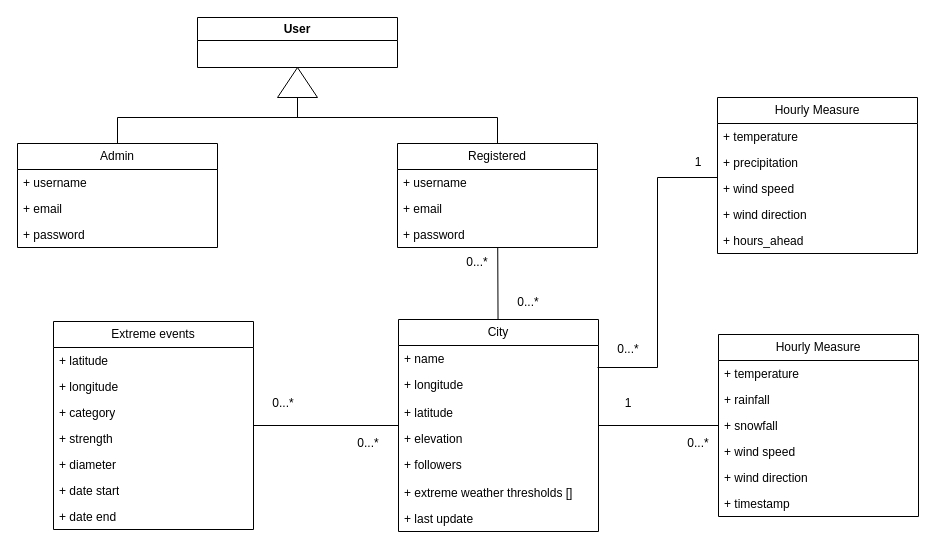
This is uml.drawio from AlessioSmn/Italy-Weather-Prediction-App, a draw.io file, before an edit. Source tidied: cells renumbered, new cells numbered last; positions are measured from the earlier drawing's top-left corner, leaving out a move shared by most shapes. Both pictures are drawn from the tidied source at 100%, with x=0, y=0 at pixel (17, 17).
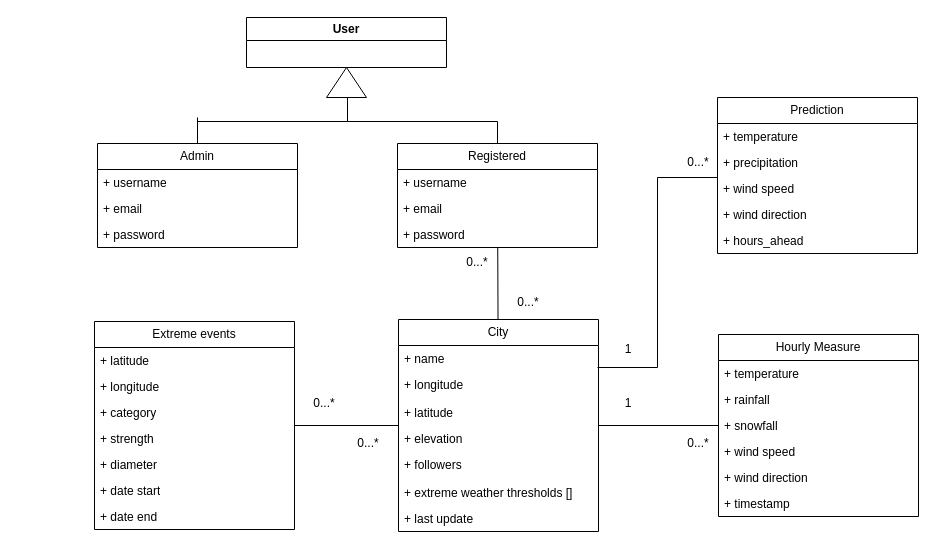
After the change.

Unchanged cells that the change refers to:
```xml
<mxCell id="40" value="Registered" style="swimlane;fontStyle=0;horizontal=1;startSize=26;fillColor=none;whiteSpace=wrap;html=1;" parent="1" vertex="1">
  <mxGeometry x="380" y="126" width="200" height="104" as="geometry" />
</mxCell>
```

The edit, as a diff of the source:
```diff
@@
     <mxCell id="2" value="User" style="swimlane;whiteSpace=wrap;html=1;startSize=23;" parent="1" vertex="1">
-      <mxGeometry x="180" width="200" height="50" as="geometry" />
+      <mxGeometry x="229" width="200" height="50" as="geometry" />
     </mxCell>
-    <mxCell id="3" style="edgeStyle=orthogonalEdgeStyle;rounded=0;jettySize=auto;html=1;entryX=1;entryY=0.5;entryDx=0;entryDy=0;exitX=0.5;exitY=0;exitDx=0;exitDy=0;" parent="1" edge="1" source="40" target="4">
+    <mxCell id="3" style="edgeStyle=orthogonalEdgeStyle;rounded=0;jettySize=auto;html=1;exitX=0.5;exitY=0;exitDx=0;exitDy=0;entryX=0;entryY=0.5;entryDx=0;entryDy=0;" parent="1" edge="1" source="40" target="4">
       <mxGeometry relative="1" as="geometry">
         <Array as="points">
-          <mxPoint x="480" y="100" />
-          <mxPoint x="280" y="100" />
+          <mxPoint x="480" y="104" />
+          <mxPoint x="330" y="104" />
+          <mxPoint x="330" y="60" />
+          <mxPoint x="329" y="60" />
         </Array>
       </mxGeometry>
     </mxCell>
     <mxCell id="4" style="triangle;whiteSpace=wrap;html=1;direction=north;" parent="1" vertex="1">
-      <mxGeometry x="260" y="50" width="40" height="30" as="geometry" />
+      <mxGeometry x="309" y="50" width="40" height="30" as="geometry" />
     </mxCell>
@@
     <mxCell id="7" value="Extreme events" style="swimlane;fontStyle=0;horizontal=1;startSize=26;fillColor=none;whiteSpace=wrap;html=1;" parent="1" vertex="1">
-      <mxGeometry x="36" y="304" width="200" height="208" as="geometry" />
+      <mxGeometry x="77" y="304" width="200" height="208" as="geometry" />
     </mxCell>
@@
     <mxCell id="16" value="0...*" style="text;html=1;align=center;verticalAlign=middle;whiteSpace=wrap;rounded=0;" parent="1" vertex="1">
-      <mxGeometry x="236" y="371" width="60" height="30" as="geometry" />
+      <mxGeometry x="277" y="371" width="60" height="30" as="geometry" />
     </mxCell>
@@
     <mxCell id="36" value="Admin" style="swimlane;fontStyle=0;horizontal=1;startSize=26;fillColor=none;whiteSpace=wrap;html=1;" parent="1" vertex="1">
-      <mxGeometry y="126" width="200" height="104" as="geometry" />
+      <mxGeometry x="80" y="126" width="200" height="104" as="geometry" />
     </mxCell>
@@
-    <mxCell id="45" style="endArrow=none;html=1;rounded=0;exitX=0.5;exitY=0;exitDx=0;exitDy=0;" parent="1" edge="1" source="36">
+    <mxCell id="45" style="endArrow=none;html=1;rounded=0;exitX=0.5;exitY=0;exitDx=0;exitDy=0;" parent="1" edge="1">
       <mxGeometry relative="1" as="geometry">
-        <mxPoint x="100" y="100" as="targetPoint" />
+        <mxPoint x="180" y="126" as="sourcePoint" />
+        <mxPoint x="180" y="100" as="targetPoint" />
       </mxGeometry>
     </mxCell>
     <mxCell id="46" style="endArrow=none;html=1;rounded=0;" parent="1" edge="1">
       <mxGeometry relative="1" as="geometry">
-        <mxPoint x="100" y="100" as="sourcePoint" />
-        <mxPoint x="280.4" y="100" as="targetPoint" />
+        <mxPoint x="180" y="104" as="sourcePoint" />
+        <mxPoint x="330" y="104" as="targetPoint" />
       </mxGeometry>
     </mxCell>
-    <mxCell id="47" value="Hourly Measure" style="swimlane;fontStyle=0;horizontal=1;startSize=26;fillColor=none;whiteSpace=wrap;html=1;" parent="1" vertex="1">
+    <mxCell id="47" value="Prediction" style="swimlane;fontStyle=0;horizontal=1;startSize=26;fillColor=none;whiteSpace=wrap;html=1;" parent="1" vertex="1">
       <mxGeometry x="700" y="80" width="200" height="156" as="geometry" />
     </mxCell>
@@
-    <mxCell id="56" value="0...*" style="text;html=1;align=center;verticalAlign=middle;whiteSpace=wrap;rounded=0;" parent="1" vertex="1">
+    <mxCell id="56" value="1" style="text;html=1;align=center;verticalAlign=middle;whiteSpace=wrap;rounded=0;" parent="1" vertex="1">
       <mxGeometry x="581" y="317" width="60" height="30" as="geometry" />
     </mxCell>
-    <mxCell id="57" value="1" style="text;html=1;align=center;verticalAlign=middle;whiteSpace=wrap;rounded=0;" parent="1" vertex="1">
+    <mxCell id="57" value="0...*" style="text;html=1;align=center;verticalAlign=middle;whiteSpace=wrap;rounded=0;" parent="1" vertex="1">
       <mxGeometry x="651" y="130" width="60" height="30" as="geometry" />
     </mxCell>
```
